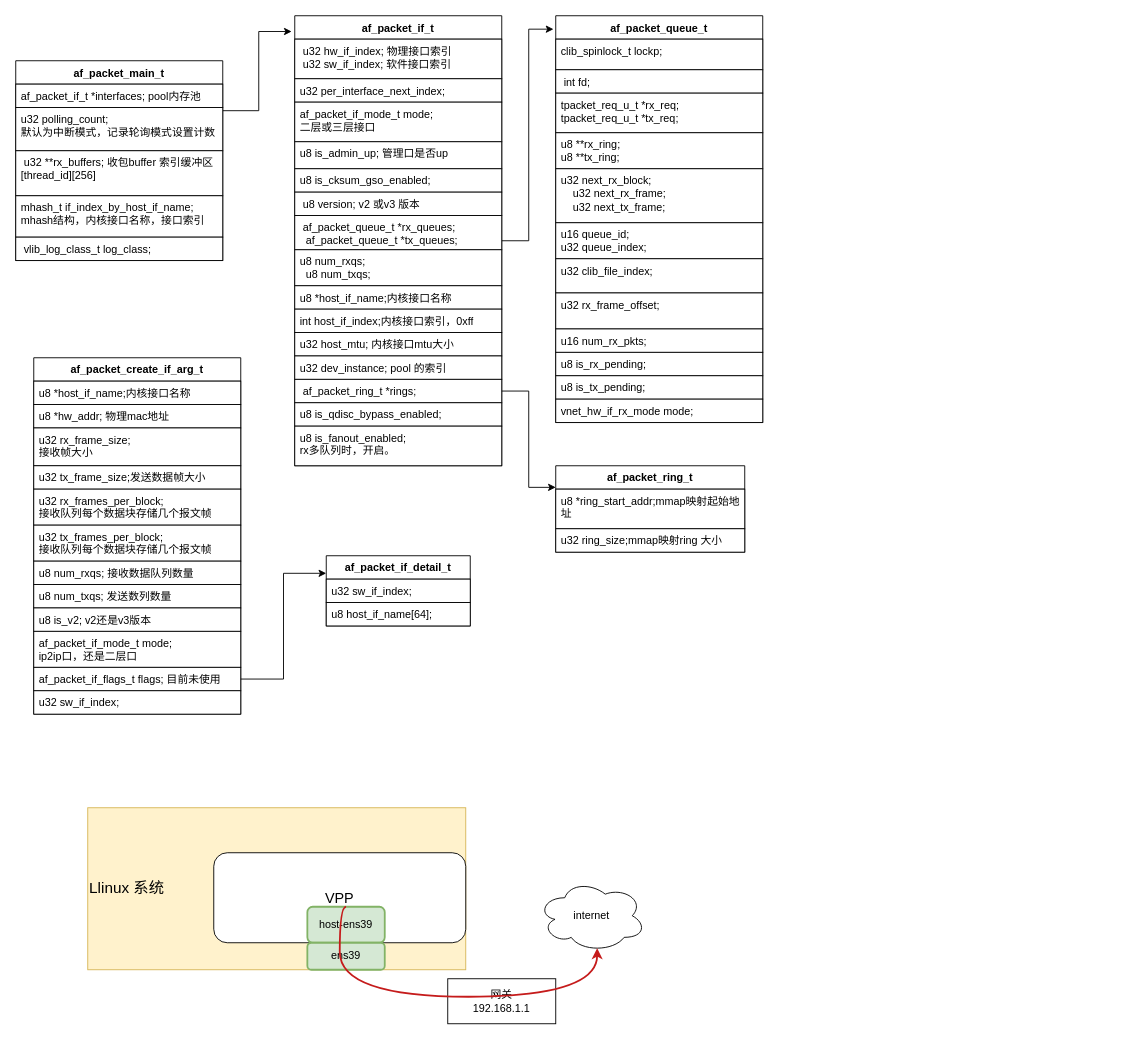
This is new_map/AF_PACKET.drawio from jin13417/dpdk-vpp-learning, a draw.io file, before an edit. Source tidied: cells renumbered, new cells numbered last; positions are measured from the earlier drawing's top-left corner, leaving out a move shared by most shapes. Both pictures are drawn from the tidied source at 90%, with x=0, y=0 at pixel (15, 15).
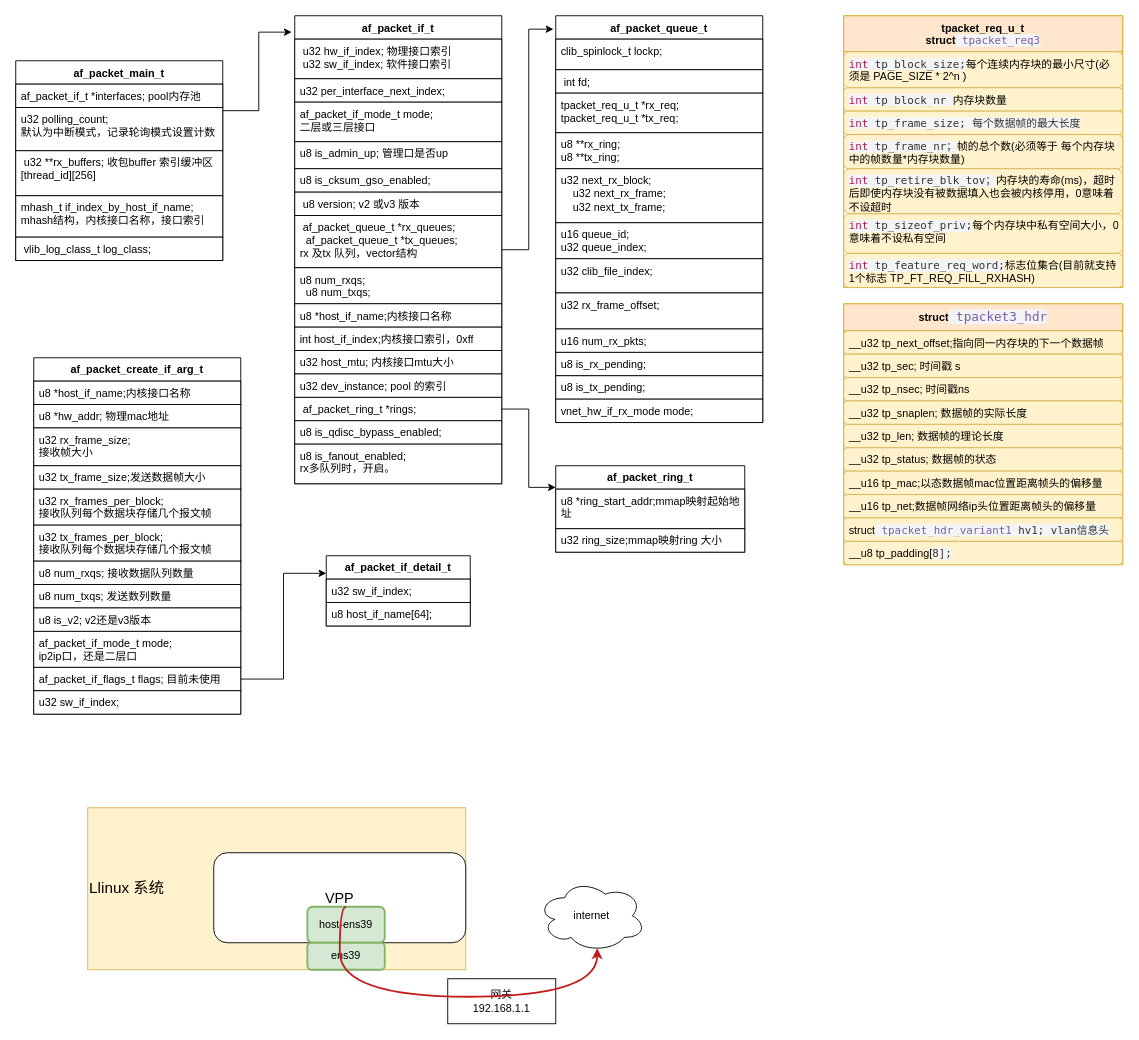
Above is the later version.

The edit, as a diff of the source:
```diff
@@
     <mxCell id="17" value="af_packet_if_t" style="swimlane;fontStyle=1;align=center;verticalAlign=top;horizontal=1;startSize=26;whiteSpace=wrap;html=1;" parent="1" vertex="1">
-      <mxGeometry x="310" width="230" height="500" as="geometry" />
+      <mxGeometry x="310" width="230" height="520" as="geometry" />
     </mxCell>
@@
-    <mxCell id="24" value="&lt;div&gt;&amp;nbsp;af_packet_queue_t *rx_queues;&lt;/div&gt;&lt;div&gt;&amp;nbsp; af_packet_queue_t *tx_queues;&lt;/div&gt;" style="text;strokeColor=default;fillColor=default;align=left;verticalAlign=top;spacingLeft=4;spacingRight=4;overflow=hidden;whiteSpace=wrap;html=1;" parent="17" vertex="1">
-      <mxGeometry y="222" width="230" height="38" as="geometry" />
+    <mxCell id="24" value="&lt;div&gt;&amp;nbsp;af_packet_queue_t *rx_queues;&lt;/div&gt;&lt;div&gt;&amp;nbsp; af_packet_queue_t *tx_queues;&lt;/div&gt;&lt;div&gt;rx 及tx 队列，vector结构&lt;/div&gt;" style="text;strokeColor=default;fillColor=default;align=left;verticalAlign=top;spacingLeft=4;spacingRight=4;overflow=hidden;whiteSpace=wrap;html=1;" parent="17" vertex="1">
+      <mxGeometry y="222" width="230" height="58" as="geometry" />
     </mxCell>
     <mxCell id="25" value="&lt;div&gt;u8 num_rxqs;&lt;/div&gt;&lt;div&gt;&amp;nbsp; u8 num_txqs;&lt;/div&gt;" style="text;strokeColor=default;fillColor=default;align=left;verticalAlign=top;spacingLeft=4;spacingRight=4;overflow=hidden;whiteSpace=wrap;html=1;" parent="17" vertex="1">
-      <mxGeometry y="260" width="230" height="40" as="geometry" />
+      <mxGeometry y="280" width="230" height="40" as="geometry" />
     </mxCell>
     <mxCell id="26" value="u8 *host_if_name;内核接口名称" style="text;strokeColor=default;fillColor=default;align=left;verticalAlign=top;spacingLeft=4;spacingRight=4;overflow=hidden;whiteSpace=wrap;html=1;" parent="17" vertex="1">
-      <mxGeometry y="300" width="230" height="26" as="geometry" />
+      <mxGeometry y="320" width="230" height="26" as="geometry" />
     </mxCell>
     <mxCell id="27" value="int host_if_index;内核接口索引，0xff" style="text;strokeColor=default;fillColor=default;align=left;verticalAlign=top;spacingLeft=4;spacingRight=4;overflow=hidden;whiteSpace=wrap;html=1;" parent="17" vertex="1">
-      <mxGeometry y="326" width="230" height="26" as="geometry" />
+      <mxGeometry y="346" width="230" height="26" as="geometry" />
     </mxCell>
     <mxCell id="28" value="u32 host_mtu; 内核接口mtu大小" style="text;strokeColor=default;fillColor=default;align=left;verticalAlign=top;spacingLeft=4;spacingRight=4;overflow=hidden;whiteSpace=wrap;html=1;" parent="17" vertex="1">
-      <mxGeometry y="352" width="230" height="26" as="geometry" />
+      <mxGeometry y="372" width="230" height="26" as="geometry" />
     </mxCell>
     <mxCell id="29" value="u32 dev_instance; pool 的索引" style="text;strokeColor=default;fillColor=default;align=left;verticalAlign=top;spacingLeft=4;spacingRight=4;overflow=hidden;whiteSpace=wrap;html=1;" parent="17" vertex="1">
-      <mxGeometry y="378" width="230" height="26" as="geometry" />
+      <mxGeometry y="398" width="230" height="26" as="geometry" />
     </mxCell>
     <mxCell id="30" value="&amp;nbsp;af_packet_ring_t *rings;" style="text;strokeColor=default;fillColor=default;align=left;verticalAlign=top;spacingLeft=4;spacingRight=4;overflow=hidden;points=[[0,0.5],[1,0.5]];portConstraint=eastwest;whiteSpace=wrap;html=1;" parent="17" vertex="1">
-      <mxGeometry y="404" width="230" height="26" as="geometry" />
+      <mxGeometry y="424" width="230" height="26" as="geometry" />
     </mxCell>
     <mxCell id="31" value="u8 is_qdisc_bypass_enabled;" style="text;strokeColor=default;fillColor=default;align=left;verticalAlign=top;spacingLeft=4;spacingRight=4;overflow=hidden;whiteSpace=wrap;html=1;" parent="17" vertex="1">
-      <mxGeometry y="430" width="230" height="26" as="geometry" />
+      <mxGeometry y="450" width="230" height="26" as="geometry" />
     </mxCell>
     <mxCell id="32" value="u8 is_fanout_enabled;&lt;br&gt;rx多队列时，开启。" style="text;strokeColor=default;fillColor=default;align=left;verticalAlign=top;spacingLeft=4;spacingRight=4;overflow=hidden;whiteSpace=wrap;html=1;" parent="17" vertex="1">
-      <mxGeometry y="456" width="230" height="44" as="geometry" />
+      <mxGeometry y="476" width="230" height="44" as="geometry" />
     </mxCell>
@@
+    <mxCell id="67" value="tpacket_req_u_t&lt;br style=&quot;font-size: 12px;&quot;&gt;struct&lt;span style=&quot;color: rgb(51, 51, 51); font-family: &amp;quot;Source Code Pro&amp;quot;, &amp;quot;DejaVu Sans Mono&amp;quot;, &amp;quot;Ubuntu Mono&amp;quot;, &amp;quot;Anonymous Pro&amp;quot;, &amp;quot;Droid Sans Mono&amp;quot;, Menlo, Monaco, Consolas, Inconsolata, Courier, monospace, &amp;quot;PingFang SC&amp;quot;, &amp;quot;Microsoft YaHei&amp;quot;, sans-serif; font-size: 12px; font-weight: 400; text-align: left; background-color: rgb(243, 244, 245);&quot;&gt; &lt;/span&gt;&lt;span style=&quot;box-sizing: border-box; outline: 0px; margin: 0px; padding: 0px; font-weight: 400; color: rgb(121, 93, 163); overflow-wrap: break-word; font-family: &amp;quot;Source Code Pro&amp;quot;, &amp;quot;DejaVu Sans Mono&amp;quot;, &amp;quot;Ubuntu Mono&amp;quot;, &amp;quot;Anonymous Pro&amp;quot;, &amp;quot;Droid Sans Mono&amp;quot;, Menlo, Monaco, Consolas, Inconsolata, Courier, monospace, &amp;quot;PingFang SC&amp;quot;, &amp;quot;Microsoft YaHei&amp;quot;, sans-serif; font-size: 12px; text-align: left; background-color: rgb(243, 244, 245);&quot; class=&quot;hljs-title class_&quot;&gt;tpacket_req3&lt;/span&gt;" style="swimlane;fontStyle=1;align=center;verticalAlign=top;horizontal=1;startSize=40;whiteSpace=wrap;html=1;fontSize=12;fillColor=#ffe6cc;strokeColor=#d79b00;" parent="1" vertex="1">
+      <mxGeometry x="920" width="310" height="302" as="geometry" />
+    </mxCell>
+    <mxCell id="68" value="&lt;span style=&quot;box-sizing: border-box; outline: 0px; margin: 0px; padding: 0px; color: rgb(167, 29, 93); overflow-wrap: break-word; font-family: &amp;quot;Source Code Pro&amp;quot;, &amp;quot;DejaVu Sans Mono&amp;quot;, &amp;quot;Ubuntu Mono&amp;quot;, &amp;quot;Anonymous Pro&amp;quot;, &amp;quot;Droid Sans Mono&amp;quot;, Menlo, Monaco, Consolas, Inconsolata, Courier, monospace, &amp;quot;PingFang SC&amp;quot;, &amp;quot;Microsoft YaHei&amp;quot;, sans-serif; font-size: 12px; background-color: rgb(243, 244, 245);&quot; class=&quot;hljs-type&quot;&gt;int&lt;/span&gt;&lt;span style=&quot;color: rgb(51, 51, 51); font-family: &amp;quot;Source Code Pro&amp;quot;, &amp;quot;DejaVu Sans Mono&amp;quot;, &amp;quot;Ubuntu Mono&amp;quot;, &amp;quot;Anonymous Pro&amp;quot;, &amp;quot;Droid Sans Mono&amp;quot;, Menlo, Monaco, Consolas, Inconsolata, Courier, monospace, &amp;quot;PingFang SC&amp;quot;, &amp;quot;Microsoft YaHei&amp;quot;, sans-serif; font-size: 12px; background-color: rgb(243, 244, 245);&quot;&gt;    tp_block_size;&lt;/span&gt;每个连续内存块的最小尺寸(必须是 PAGE_SIZE * 2^n )" style="text;strokeColor=#d6b656;fillColor=#fff2cc;align=left;verticalAlign=top;spacingLeft=4;spacingRight=4;overflow=hidden;whiteSpace=wrap;html=1;rounded=1;fontSize=12;" parent="67" vertex="1">
+      <mxGeometry y="40" width="310" height="40" as="geometry" />
+    </mxCell>
+    <mxCell id="69" value="&lt;span style=&quot;box-sizing: border-box; outline: 0px; margin: 0px; padding: 0px; color: rgb(167, 29, 93); overflow-wrap: break-word; font-family: &amp;quot;Source Code Pro&amp;quot;, &amp;quot;DejaVu Sans Mono&amp;quot;, &amp;quot;Ubuntu Mono&amp;quot;, &amp;quot;Anonymous Pro&amp;quot;, &amp;quot;Droid Sans Mono&amp;quot;, Menlo, Monaco, Consolas, Inconsolata, Courier, monospace, &amp;quot;PingFang SC&amp;quot;, &amp;quot;Microsoft YaHei&amp;quot;, sans-serif; font-size: 12px; background-color: rgb(243, 244, 245);&quot; class=&quot;hljs-type&quot;&gt;int&lt;/span&gt;&lt;span style=&quot;color: rgb(51, 51, 51); font-family: &amp;quot;Source Code Pro&amp;quot;, &amp;quot;DejaVu Sans Mono&amp;quot;, &amp;quot;Ubuntu Mono&amp;quot;, &amp;quot;Anonymous Pro&amp;quot;, &amp;quot;Droid Sans Mono&amp;quot;, Menlo, Monaco, Consolas, Inconsolata, Courier, monospace, &amp;quot;PingFang SC&amp;quot;, &amp;quot;Microsoft YaHei&amp;quot;, sans-serif; font-size: 12px; background-color: rgb(243, 244, 245);&quot;&gt;    tp_block_nr&amp;nbsp;&lt;/span&gt;内存块数量" style="text;strokeColor=#d6b656;fillColor=#fff2cc;align=left;verticalAlign=top;spacingLeft=4;spacingRight=4;overflow=hidden;whiteSpace=wrap;html=1;rounded=1;fontSize=12;" parent="67" vertex="1">
+      <mxGeometry y="80" width="310" height="26" as="geometry" />
+    </mxCell>
+    <mxCell id="70" value="&lt;span style=&quot;box-sizing: border-box; outline: 0px; margin: 0px; padding: 0px; color: rgb(167, 29, 93); overflow-wrap: break-word; font-family: &amp;quot;Source Code Pro&amp;quot;, &amp;quot;DejaVu Sans Mono&amp;quot;, &amp;quot;Ubuntu Mono&amp;quot;, &amp;quot;Anonymous Pro&amp;quot;, &amp;quot;Droid Sans Mono&amp;quot;, Menlo, Monaco, Consolas, Inconsolata, Courier, monospace, &amp;quot;PingFang SC&amp;quot;, &amp;quot;Microsoft YaHei&amp;quot;, sans-serif; font-size: 12px; background-color: rgb(243, 244, 245);&quot; class=&quot;hljs-type&quot;&gt;int&lt;/span&gt;&lt;span style=&quot;color: rgb(51, 51, 51); font-family: &amp;quot;Source Code Pro&amp;quot;, &amp;quot;DejaVu Sans Mono&amp;quot;, &amp;quot;Ubuntu Mono&amp;quot;, &amp;quot;Anonymous Pro&amp;quot;, &amp;quot;Droid Sans Mono&amp;quot;, Menlo, Monaco, Consolas, Inconsolata, Courier, monospace, &amp;quot;PingFang SC&amp;quot;, &amp;quot;Microsoft YaHei&amp;quot;, sans-serif; font-size: 12px; background-color: rgb(243, 244, 245);&quot;&gt;    tp_frame_size; 每个数据帧的最大长度&lt;/span&gt;" style="text;strokeColor=#d6b656;fillColor=#fff2cc;align=left;verticalAlign=top;spacingLeft=4;spacingRight=4;overflow=hidden;whiteSpace=wrap;html=1;rounded=1;fontSize=12;" parent="67" vertex="1">
+      <mxGeometry y="106" width="310" height="26" as="geometry" />
+    </mxCell>
+    <mxCell id="71" value="&lt;span style=&quot;box-sizing: border-box; outline: 0px; margin: 0px; padding: 0px; color: rgb(167, 29, 93); overflow-wrap: break-word; font-family: &amp;quot;Source Code Pro&amp;quot;, &amp;quot;DejaVu Sans Mono&amp;quot;, &amp;quot;Ubuntu Mono&amp;quot;, &amp;quot;Anonymous Pro&amp;quot;, &amp;quot;Droid Sans Mono&amp;quot;, Menlo, Monaco, Consolas, Inconsolata, Courier, monospace, &amp;quot;PingFang SC&amp;quot;, &amp;quot;Microsoft YaHei&amp;quot;, sans-serif; font-size: 12px; background-color: rgb(243, 244, 245);&quot; class=&quot;hljs-type&quot;&gt;int&lt;/span&gt;&lt;span style=&quot;color: rgb(51, 51, 51); font-family: &amp;quot;Source Code Pro&amp;quot;, &amp;quot;DejaVu Sans Mono&amp;quot;, &amp;quot;Ubuntu Mono&amp;quot;, &amp;quot;Anonymous Pro&amp;quot;, &amp;quot;Droid Sans Mono&amp;quot;, Menlo, Monaco, Consolas, Inconsolata, Courier, monospace, &amp;quot;PingFang SC&amp;quot;, &amp;quot;Microsoft YaHei&amp;quot;, sans-serif; font-size: 12px; background-color: rgb(243, 244, 245);&quot;&gt;    tp_frame_nr；&lt;/span&gt;帧的总个数(必须等于 每个内存块中的帧数量*内存块数量)" style="text;strokeColor=#d6b656;fillColor=#fff2cc;align=left;verticalAlign=top;spacingLeft=4;spacingRight=4;overflow=hidden;whiteSpace=wrap;html=1;rounded=1;fontSize=12;" parent="67" vertex="1">
+      <mxGeometry y="132" width="310" height="38" as="geometry" />
+    </mxCell>
+    <mxCell id="72" value="&lt;span style=&quot;box-sizing: border-box; outline: 0px; margin: 0px; padding: 0px; color: rgb(167, 29, 93); overflow-wrap: break-word; font-family: &amp;quot;Source Code Pro&amp;quot;, &amp;quot;DejaVu Sans Mono&amp;quot;, &amp;quot;Ubuntu Mono&amp;quot;, &amp;quot;Anonymous Pro&amp;quot;, &amp;quot;Droid Sans Mono&amp;quot;, Menlo, Monaco, Consolas, Inconsolata, Courier, monospace, &amp;quot;PingFang SC&amp;quot;, &amp;quot;Microsoft YaHei&amp;quot;, sans-serif; font-size: 12px; background-color: rgb(243, 244, 245);&quot; class=&quot;hljs-type&quot;&gt;int&lt;/span&gt;&lt;span style=&quot;color: rgb(51, 51, 51); font-family: &amp;quot;Source Code Pro&amp;quot;, &amp;quot;DejaVu Sans Mono&amp;quot;, &amp;quot;Ubuntu Mono&amp;quot;, &amp;quot;Anonymous Pro&amp;quot;, &amp;quot;Droid Sans Mono&amp;quot;, Menlo, Monaco, Consolas, Inconsolata, Courier, monospace, &amp;quot;PingFang SC&amp;quot;, &amp;quot;Microsoft YaHei&amp;quot;, sans-serif; font-size: 12px; background-color: rgb(243, 244, 245);&quot;&gt;    tp_retire_blk_tov；&lt;/span&gt;内存块的寿命(ms)，超时后即使内存块没有被数据填入也会被内核停用，0意味着不设超时" style="text;strokeColor=#d6b656;fillColor=#fff2cc;align=left;verticalAlign=top;spacingLeft=4;spacingRight=4;overflow=hidden;whiteSpace=wrap;html=1;rounded=1;fontSize=12;" parent="67" vertex="1">
+      <mxGeometry y="170" width="310" height="50" as="geometry" />
+    </mxCell>
+    <mxCell id="73" value="&lt;span style=&quot;box-sizing: border-box; outline: 0px; margin: 0px; padding: 0px; color: rgb(167, 29, 93); overflow-wrap: break-word; font-family: &amp;quot;Source Code Pro&amp;quot;, &amp;quot;DejaVu Sans Mono&amp;quot;, &amp;quot;Ubuntu Mono&amp;quot;, &amp;quot;Anonymous Pro&amp;quot;, &amp;quot;Droid Sans Mono&amp;quot;, Menlo, Monaco, Consolas, Inconsolata, Courier, monospace, &amp;quot;PingFang SC&amp;quot;, &amp;quot;Microsoft YaHei&amp;quot;, sans-serif; font-size: 12px; background-color: rgb(243, 244, 245);&quot; class=&quot;hljs-type&quot;&gt;int&lt;/span&gt;&lt;span style=&quot;color: rgb(51, 51, 51); font-family: &amp;quot;Source Code Pro&amp;quot;, &amp;quot;DejaVu Sans Mono&amp;quot;, &amp;quot;Ubuntu Mono&amp;quot;, &amp;quot;Anonymous Pro&amp;quot;, &amp;quot;Droid Sans Mono&amp;quot;, Menlo, Monaco, Consolas, Inconsolata, Courier, monospace, &amp;quot;PingFang SC&amp;quot;, &amp;quot;Microsoft YaHei&amp;quot;, sans-serif; font-size: 12px; background-color: rgb(243, 244, 245);&quot;&gt;    tp_sizeof_priv;&lt;/span&gt;每个内存块中私有空间大小，0意味着不设私有空间" style="text;strokeColor=#d6b656;fillColor=#fff2cc;align=left;verticalAlign=top;spacingLeft=4;spacingRight=4;overflow=hidden;whiteSpace=wrap;html=1;rounded=1;fontSize=12;" parent="67" vertex="1">
+      <mxGeometry y="220" width="310" height="44" as="geometry" />
+    </mxCell>
+    <mxCell id="74" value="&lt;span style=&quot;box-sizing: border-box; outline: 0px; margin: 0px; padding: 0px; color: rgb(167, 29, 93); overflow-wrap: break-word; font-family: &amp;quot;Source Code Pro&amp;quot;, &amp;quot;DejaVu Sans Mono&amp;quot;, &amp;quot;Ubuntu Mono&amp;quot;, &amp;quot;Anonymous Pro&amp;quot;, &amp;quot;Droid Sans Mono&amp;quot;, Menlo, Monaco, Consolas, Inconsolata, Courier, monospace, &amp;quot;PingFang SC&amp;quot;, &amp;quot;Microsoft YaHei&amp;quot;, sans-serif; font-size: 12px; background-color: rgb(243, 244, 245);&quot; class=&quot;hljs-type&quot;&gt;int&lt;/span&gt;&lt;span style=&quot;color: rgb(51, 51, 51); font-family: &amp;quot;Source Code Pro&amp;quot;, &amp;quot;DejaVu Sans Mono&amp;quot;, &amp;quot;Ubuntu Mono&amp;quot;, &amp;quot;Anonymous Pro&amp;quot;, &amp;quot;Droid Sans Mono&amp;quot;, Menlo, Monaco, Consolas, Inconsolata, Courier, monospace, &amp;quot;PingFang SC&amp;quot;, &amp;quot;Microsoft YaHei&amp;quot;, sans-serif; font-size: 12px; background-color: rgb(243, 244, 245);&quot;&gt;    tp_feature_req_word;&lt;/span&gt;标志位集合(目前就支持1个标志 TP_FT_REQ_FILL_RXHASH)" style="text;strokeColor=#d6b656;fillColor=#fff2cc;align=left;verticalAlign=top;spacingLeft=4;spacingRight=4;overflow=hidden;whiteSpace=wrap;html=1;rounded=1;fontSize=12;" parent="67" vertex="1">
+      <mxGeometry y="264" width="310" height="38" as="geometry" />
+    </mxCell>
+    <mxCell id="75" value="struct&lt;span style=&quot;color: rgb(51, 51, 51); font-family: &amp;quot;Source Code Pro&amp;quot;, &amp;quot;DejaVu Sans Mono&amp;quot;, &amp;quot;Ubuntu Mono&amp;quot;, &amp;quot;Anonymous Pro&amp;quot;, &amp;quot;Droid Sans Mono&amp;quot;, Menlo, Monaco, Consolas, Inconsolata, Courier, monospace, &amp;quot;PingFang SC&amp;quot;, &amp;quot;Microsoft YaHei&amp;quot;, sans-serif; font-size: 14px; font-weight: 400; text-align: left; background-color: rgb(243, 244, 245);&quot;&gt; &lt;/span&gt;&lt;span style=&quot;box-sizing: border-box; outline: 0px; margin: 0px; padding: 0px; font-weight: 400; color: rgb(121, 93, 163); overflow-wrap: break-word; font-family: &amp;quot;Source Code Pro&amp;quot;, &amp;quot;DejaVu Sans Mono&amp;quot;, &amp;quot;Ubuntu Mono&amp;quot;, &amp;quot;Anonymous Pro&amp;quot;, &amp;quot;Droid Sans Mono&amp;quot;, Menlo, Monaco, Consolas, Inconsolata, Courier, monospace, &amp;quot;PingFang SC&amp;quot;, &amp;quot;Microsoft YaHei&amp;quot;, sans-serif; font-size: 14px; text-align: left; background-color: rgb(243, 244, 245);&quot; class=&quot;hljs-title class_&quot;&gt;tpacket3_hdr&lt;/span&gt;" style="swimlane;fontStyle=1;align=center;verticalAlign=top;horizontal=1;startSize=30;whiteSpace=wrap;html=1;fontSize=12;fillColor=#ffe6cc;strokeColor=#d79b00;" parent="1" vertex="1">
+      <mxGeometry x="920" y="320" width="310" height="290" as="geometry" />
+    </mxCell>
+    <mxCell id="76" value="__u32       tp_next_offset;指向同一内存块的下一个数据帧" style="text;strokeColor=#d6b656;fillColor=#fff2cc;align=left;verticalAlign=top;spacingLeft=4;spacingRight=4;overflow=hidden;whiteSpace=wrap;html=1;rounded=1;fontSize=12;" parent="75" vertex="1">
+      <mxGeometry y="30" width="310" height="26" as="geometry" />
+    </mxCell>
+    <mxCell id="77" value="__u32       tp_sec; 时间戳 s&lt;span style=&quot;white-space: pre;&quot;&gt; &lt;/span&gt;" style="text;strokeColor=#d6b656;fillColor=#fff2cc;align=left;verticalAlign=top;spacingLeft=4;spacingRight=4;overflow=hidden;whiteSpace=wrap;html=1;rounded=1;fontSize=12;" parent="75" vertex="1">
+      <mxGeometry y="56" width="310" height="26" as="geometry" />
+    </mxCell>
+    <mxCell id="78" value="__u32       tp_nsec; 时间戳ns" style="text;strokeColor=#d6b656;fillColor=#fff2cc;align=left;verticalAlign=top;spacingLeft=4;spacingRight=4;overflow=hidden;whiteSpace=wrap;html=1;rounded=1;fontSize=12;" parent="75" vertex="1">
+      <mxGeometry y="82" width="310" height="26" as="geometry" />
+    </mxCell>
+    <mxCell id="79" value="__u32       tp_snaplen; 数据帧的实际长度" style="text;strokeColor=#d6b656;fillColor=#fff2cc;align=left;verticalAlign=top;spacingLeft=4;spacingRight=4;overflow=hidden;whiteSpace=wrap;html=1;rounded=1;fontSize=12;" parent="75" vertex="1">
+      <mxGeometry y="108" width="310" height="26" as="geometry" />
+    </mxCell>
+    <mxCell id="80" value="__u32       tp_len; 数据帧的理论长度" style="text;strokeColor=#d6b656;fillColor=#fff2cc;align=left;verticalAlign=top;spacingLeft=4;spacingRight=4;overflow=hidden;whiteSpace=wrap;html=1;rounded=1;fontSize=12;" parent="75" vertex="1">
+      <mxGeometry y="134" width="310" height="26" as="geometry" />
+    </mxCell>
+    <mxCell id="81" value="__u32       tp_status; 数据帧的状态" style="text;strokeColor=#d6b656;fillColor=#fff2cc;align=left;verticalAlign=top;spacingLeft=4;spacingRight=4;overflow=hidden;whiteSpace=wrap;html=1;rounded=1;fontSize=12;" parent="75" vertex="1">
+      <mxGeometry y="160" width="310" height="26" as="geometry" />
+    </mxCell>
+    <mxCell id="82" value="__u16       tp_mac;以态数据帧mac位置距离帧头的偏移量" style="text;strokeColor=#d6b656;fillColor=#fff2cc;align=left;verticalAlign=top;spacingLeft=4;spacingRight=4;overflow=hidden;whiteSpace=wrap;html=1;rounded=1;fontSize=12;" parent="75" vertex="1">
+      <mxGeometry y="186" width="310" height="26" as="geometry" />
+    </mxCell>
+    <mxCell id="83" value="__u16       tp_net;数据帧网络ip头位置距离帧头的偏移量" style="text;strokeColor=#d6b656;fillColor=#fff2cc;align=left;verticalAlign=top;spacingLeft=4;spacingRight=4;overflow=hidden;whiteSpace=wrap;html=1;rounded=1;fontSize=12;" parent="75" vertex="1">
+      <mxGeometry y="212" width="310" height="26" as="geometry" />
+    </mxCell>
+    <mxCell id="84" value="struct&lt;span style=&quot;color: rgb(51, 51, 51); font-family: &amp;quot;Source Code Pro&amp;quot;, &amp;quot;DejaVu Sans Mono&amp;quot;, &amp;quot;Ubuntu Mono&amp;quot;, &amp;quot;Anonymous Pro&amp;quot;, &amp;quot;Droid Sans Mono&amp;quot;, Menlo, Monaco, Consolas, Inconsolata, Courier, monospace, &amp;quot;PingFang SC&amp;quot;, &amp;quot;Microsoft YaHei&amp;quot;, sans-serif; font-size: 12px; background-color: rgb(243, 244, 245);&quot;&gt; &lt;/span&gt;&lt;span style=&quot;box-sizing: border-box; outline: 0px; margin: 0px; padding: 0px; color: rgb(121, 93, 163); overflow-wrap: break-word; font-family: &amp;quot;Source Code Pro&amp;quot;, &amp;quot;DejaVu Sans Mono&amp;quot;, &amp;quot;Ubuntu Mono&amp;quot;, &amp;quot;Anonymous Pro&amp;quot;, &amp;quot;Droid Sans Mono&amp;quot;, Menlo, Monaco, Consolas, Inconsolata, Courier, monospace, &amp;quot;PingFang SC&amp;quot;, &amp;quot;Microsoft YaHei&amp;quot;, sans-serif; font-size: 12px; background-color: rgb(243, 244, 245);&quot; class=&quot;hljs-title class_&quot;&gt;tpacket_hdr_variant1&lt;/span&gt;&lt;span style=&quot;color: rgb(51, 51, 51); font-family: &amp;quot;Source Code Pro&amp;quot;, &amp;quot;DejaVu Sans Mono&amp;quot;, &amp;quot;Ubuntu Mono&amp;quot;, &amp;quot;Anonymous Pro&amp;quot;, &amp;quot;Droid Sans Mono&amp;quot;, Menlo, Monaco, Consolas, Inconsolata, Courier, monospace, &amp;quot;PingFang SC&amp;quot;, &amp;quot;Microsoft YaHei&amp;quot;, sans-serif; font-size: 12px; background-color: rgb(243, 244, 245);&quot;&gt; hv1; vlan信息头&lt;/span&gt;" style="text;strokeColor=#d6b656;fillColor=#fff2cc;align=left;verticalAlign=top;spacingLeft=4;spacingRight=4;overflow=hidden;whiteSpace=wrap;html=1;rounded=1;fontSize=12;" parent="75" vertex="1">
+      <mxGeometry y="238" width="310" height="26" as="geometry" />
+    </mxCell>
+    <mxCell id="85" value="__u8        tp_padding[&lt;span style=&quot;box-sizing: border-box; outline: 0px; margin: 0px; padding: 0px; overflow-wrap: break-word; font-family: &amp;quot;Source Code Pro&amp;quot;, &amp;quot;DejaVu Sans Mono&amp;quot;, &amp;quot;Ubuntu Mono&amp;quot;, &amp;quot;Anonymous Pro&amp;quot;, &amp;quot;Droid Sans Mono&amp;quot;, Menlo, Monaco, Consolas, Inconsolata, Courier, monospace, &amp;quot;PingFang SC&amp;quot;, &amp;quot;Microsoft YaHei&amp;quot;, sans-serif; font-size: 12px; color: rgb(51, 51, 51); background-color: rgb(243, 244, 245);&quot; class=&quot;hljs-number&quot;&gt;8&lt;/span&gt;&lt;span style=&quot;color: rgb(51, 51, 51); font-family: &amp;quot;Source Code Pro&amp;quot;, &amp;quot;DejaVu Sans Mono&amp;quot;, &amp;quot;Ubuntu Mono&amp;quot;, &amp;quot;Anonymous Pro&amp;quot;, &amp;quot;Droid Sans Mono&amp;quot;, Menlo, Monaco, Consolas, Inconsolata, Courier, monospace, &amp;quot;PingFang SC&amp;quot;, &amp;quot;Microsoft YaHei&amp;quot;, sans-serif; font-size: 12px; background-color: rgb(243, 244, 245);&quot;&gt;];&lt;/span&gt;" style="text;strokeColor=#d6b656;fillColor=#fff2cc;align=left;verticalAlign=top;spacingLeft=4;spacingRight=4;overflow=hidden;whiteSpace=wrap;html=1;rounded=1;fontSize=12;" parent="75" vertex="1">
+      <mxGeometry y="264" width="310" height="26" as="geometry" />
+    </mxCell>
```
